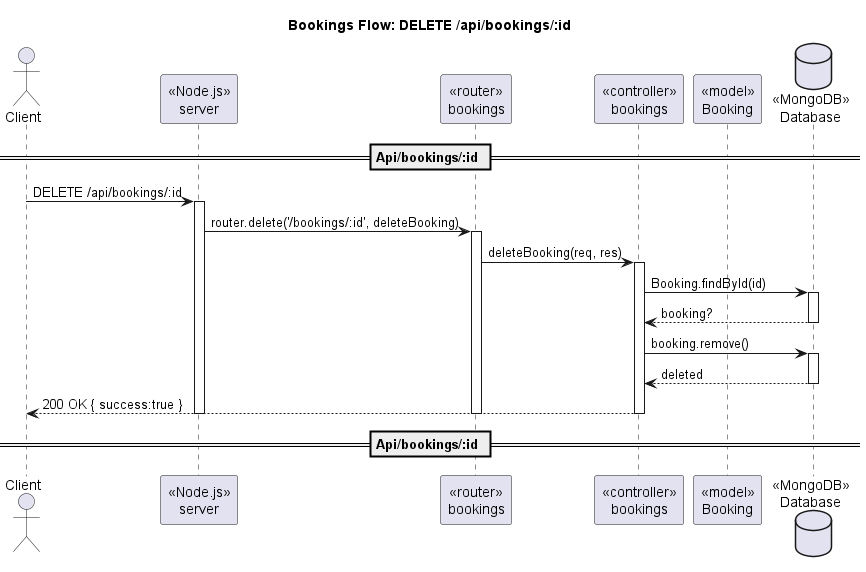
This is out/docs/diagram/sequence/seq_bookings_id_delete.png from 098ff/ArtmaybeDEV, a PlantUML export, as it was before one commit.
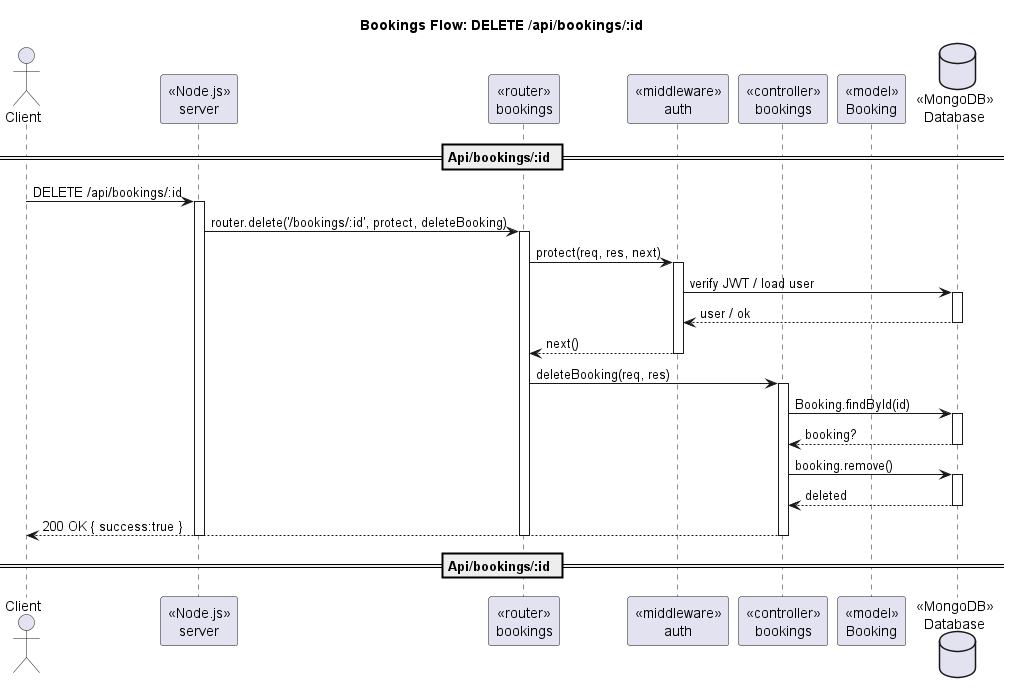
Later version of the same file.

Diff of the diagram source:
```diff
@@ -3,6 +3,7 @@
 actor Client
 participant "«Node.js»\nserver" as Server
 participant "«router»\nbookings" as Router
+participant "«middleware»\nauth" as AuthMW
 participant "«controller»\nbookings" as Ctrl
 participant "«model»\nBooking" as BookingModel
 database "«MongoDB»\nDatabase" as DB
@@ -10,8 +11,16 @@
 == Api/bookings/:id ==
 Client -> Server : DELETE /api/bookings/:id
 activate Server
-Server -> Router : router.delete('/bookings/:id', deleteBooking)
+Server -> Router : router.delete('/bookings/:id', protect, deleteBooking)
 activate Router
+Router -> AuthMW : protect(req, res, next)
+activate AuthMW
+AuthMW -> DB : verify JWT / load user
+activate DB
+DB --> AuthMW : user / ok
+deactivate DB
+AuthMW --> Router : next()
+deactivate AuthMW
 Router -> Ctrl : deleteBooking(req, res)
 activate Ctrl
 Ctrl -> DB : Booking.findById(id)
```
